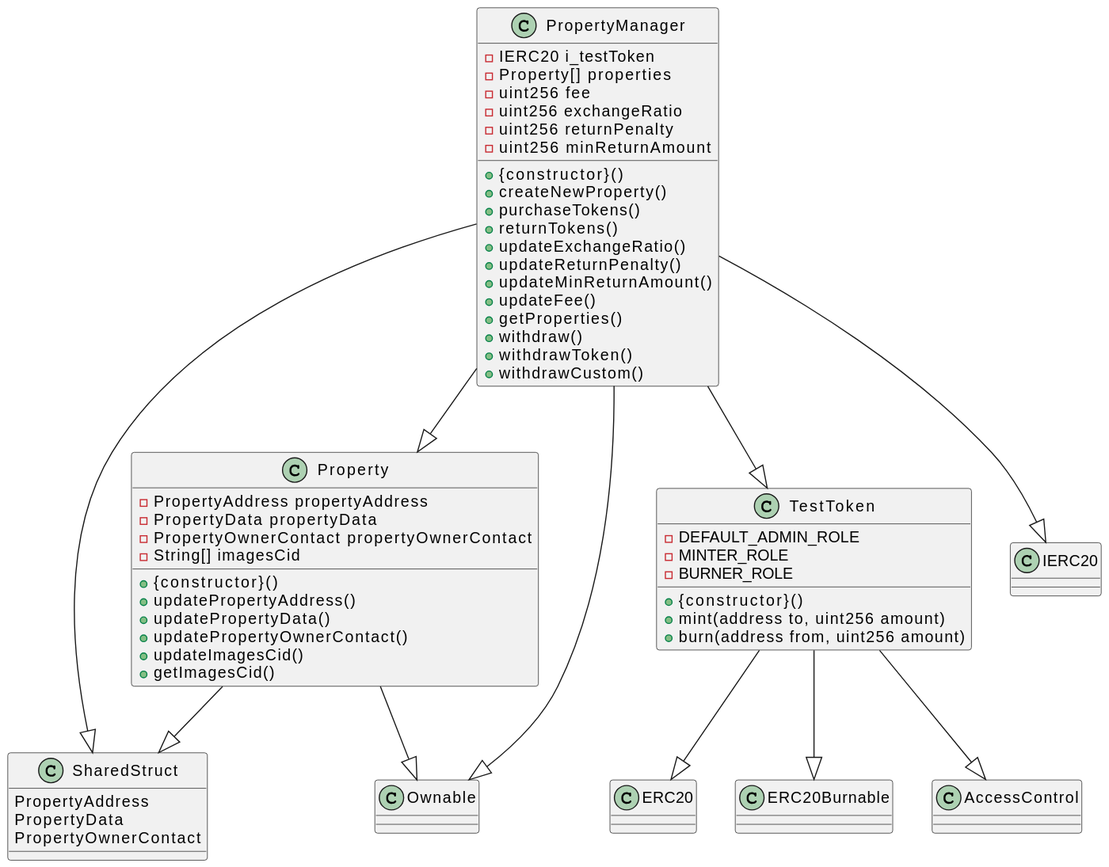
This is documentation/DiagramSmartContract.svg from RickOwri/real-estate-contract, a PlantUML export, as it was before one commit.
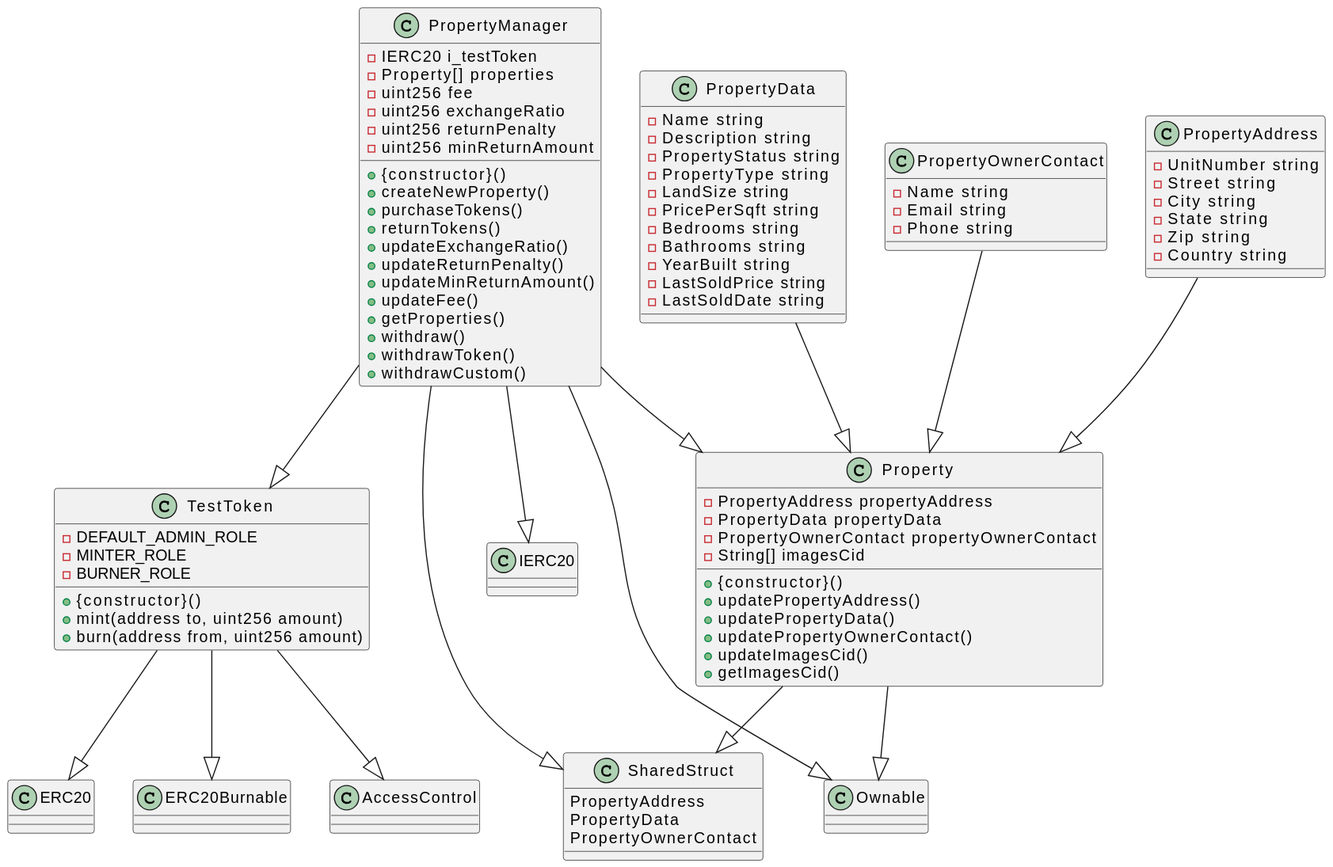
The same diagram one commit later.

Diff of the diagram source:
```diff
@@ -48,6 +48,37 @@
     + burn(address from, uint256 amount)
 }
 
+class PropertyAddress {
+      -  UnitNumber  string
+      -  Street  string
+      -  City  string
+      -  State  string
+      -  Zip  string
+      -  Country  string
+
+}
+class PropertyData {
+      -  Name  string
+      -  Description  string
+      -  PropertyStatus  string
+      -  PropertyType  string
+      -  LandSize  string
+      -  PricePerSqft  string
+      -  Bedrooms  string
+      -  Bathrooms  string
+      -  YearBuilt  string
+      -  LastSoldPrice  string
+      -  LastSoldDate  string
+
+}
+
+class PropertyOwnerContact {
+      -  Name  string
+      -  Email  string
+      -  Phone  string
+
+}
+
 Property --|> SharedStruct
 Property --|> Ownable
 PropertyManager --|> SharedStruct
@@ -58,4 +89,8 @@
 TestToken --|> ERC20
 TestToken --|> ERC20Burnable
 TestToken --|> AccessControl
+
+PropertyAddress --|> Property
+PropertyData --|> Property
+PropertyOwnerContact --|> Property
 @enduml
```
